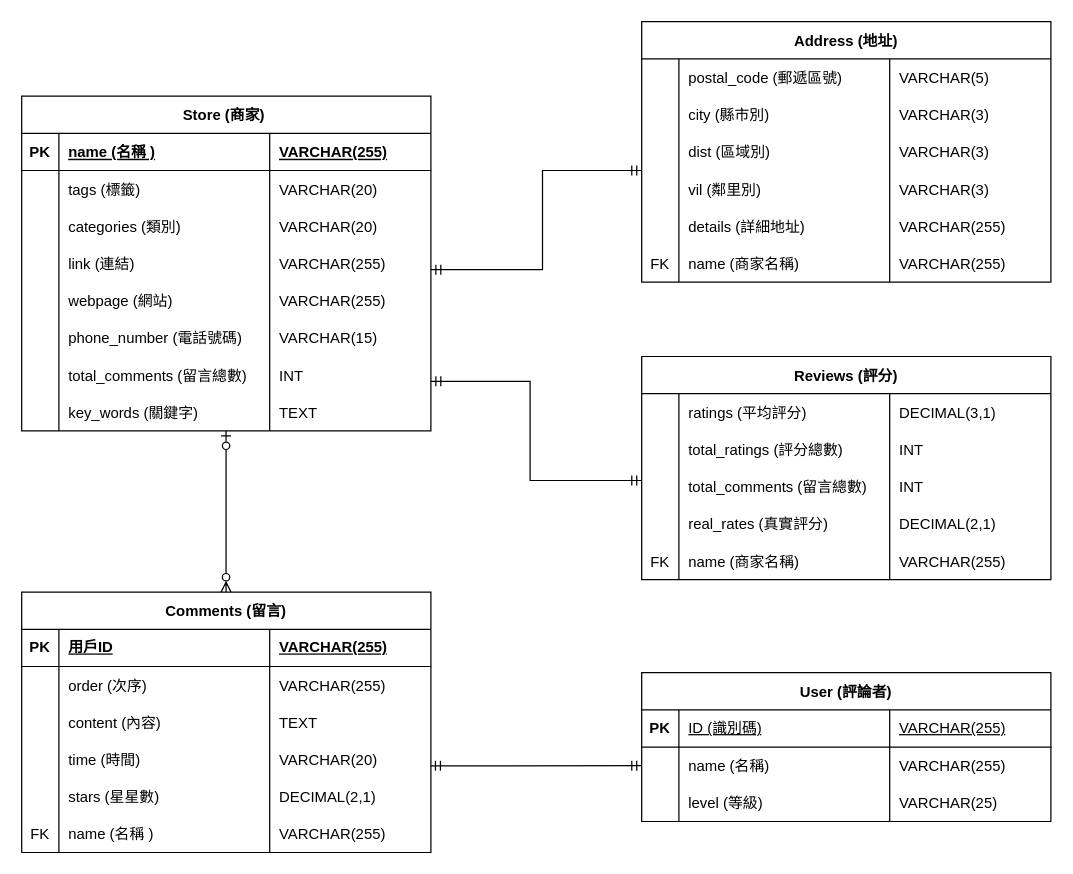
This is page "正式版" (1 of 2) of 專案檔案/地圖結果資料庫/初步實體關係圖.drawio from Cuddles-Yu/ntub-coding, a draw.io file, before an edit. Source tidied: cells renumbered, new cells numbered last; positions are measured from the earlier drawing's top-left corner, leaving out a move shared by most shapes. Both pictures are drawn from the tidied source at 124%, with x=0, y=0 at pixel (21, 21).
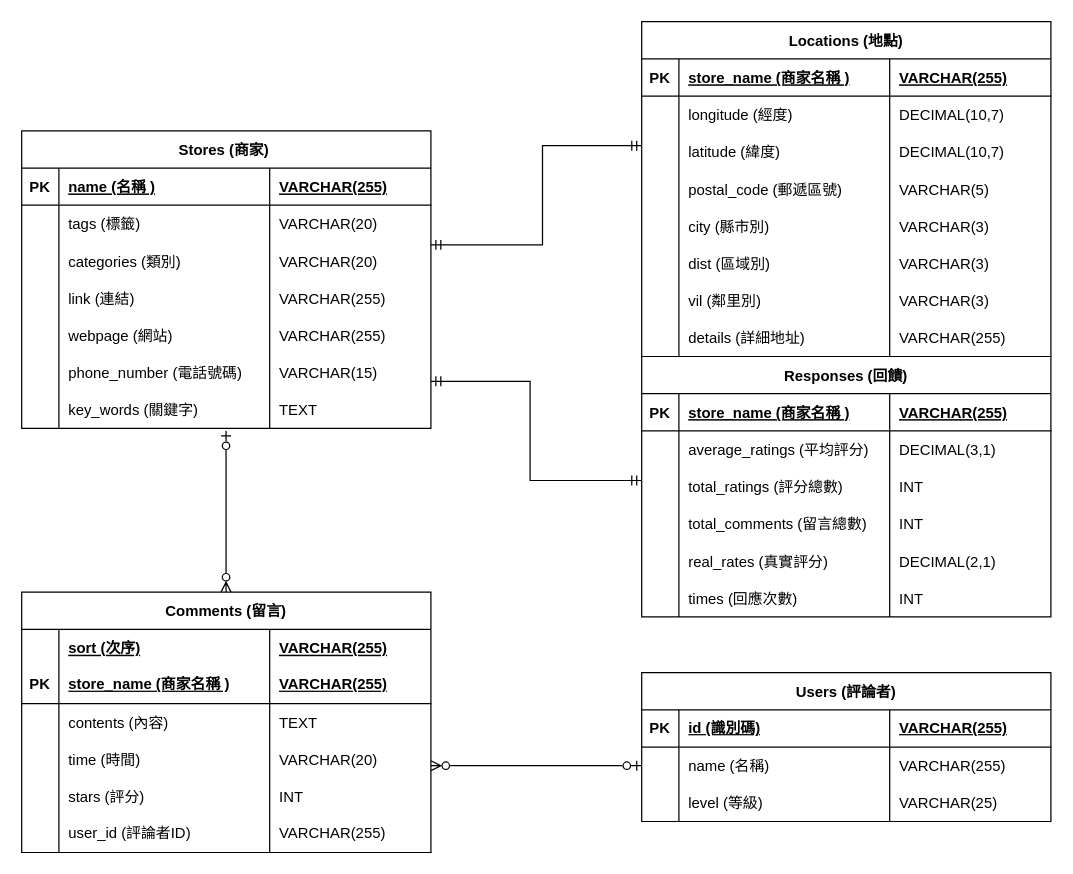
The same page after the edit.

Commit message (it also covers changes not shown here):
[地圖結果資料庫]進度 - 修改實體關係表與創建完整資料庫

The change refers to these unchanged cells:
```xml
<mxCell id="27" value="Comments (留言)" style="shape=table;startSize=30;childLayout=tableLayout;rowLines=0;fontStyle=1;align=center;labelBorderColor=none;" parent="1" vertex="1">
  <mxGeometry y="460" width="330" height="210" as="geometry" />
</mxCell>
<mxCell id="36" style="shape=partialRectangle;fillColor=none;top=0;left=0;right=0;bottom=0;" parent="27" vertex="1">
  <mxGeometry y="90" width="330" height="30" as="geometry" />
</mxCell>
<mxCell id="40" style="shape=partialRectangle;fillColor=none;points=[[0,0.5],[1,0.5]];portConstraint=eastwest;top=0;left=0;right=0;bottom=0;" parent="27" vertex="1">
  <mxGeometry y="120" width="330" height="30" as="geometry" />
</mxCell>
<mxCell id="44" style="shape=partialRectangle;fillColor=none;top=0;left=0;right=0;bottom=0;" parent="27" vertex="1">
  <mxGeometry y="150" width="330" height="30" as="geometry" />
</mxCell>
<mxCell id="66" style="shape=partialRectangle;fillColor=none;points=[[0,0.5],[1,0.5]];portConstraint=eastwest;top=0;left=0;right=0;bottom=0;" parent="53" vertex="1">
  <mxGeometry y="120" width="330" height="30" as="geometry" />
</mxCell>
<mxCell id="91" style="shape=partialRectangle;fillColor=none;points=[[0,0.5],[1,0.5]];portConstraint=eastwest;top=0;left=0;right=0;bottom=0;" parent="86" vertex="1">
  <mxGeometry y="60" width="330" height="30" as="geometry" />
</mxCell>
```

What changed in the source:
```diff
@@
-    <mxCell id="2" value="Address (地址)" style="shape=table;startSize=30;childLayout=tableLayout;rowLines=0;fontStyle=1;align=center;" parent="1" vertex="1">
-      <mxGeometry x="500" width="330" height="210" as="geometry" />
+    <mxCell id="2" value="Locations (地點)" style="shape=table;startSize=30;childLayout=tableLayout;rowLines=0;fontStyle=1;align=center;" parent="1" vertex="1">
+      <mxGeometry x="500" width="330" height="270" as="geometry" />
     </mxCell>
+    <mxCell id="124" style="shape=partialRectangle;fillColor=none;top=0;left=0;right=0;bottom=1;" parent="2" vertex="1">
+      <mxGeometry y="30" width="330" height="30" as="geometry" />
+    </mxCell>
+    <mxCell id="125" value="PK" style="shape=partialRectangle;overflow=hidden;fillColor=none;top=0;left=0;bottom=0;right=0;fontStyle=1;" parent="124" vertex="1">
+      <mxGeometry width="30" height="30" as="geometry" />
+    </mxCell>
+    <mxCell id="126" value="store_name (商家名稱 )" style="shape=partialRectangle;overflow=hidden;fillColor=none;top=0;left=0;bottom=0;right=0;align=left;spacingLeft=6;fontStyle=5;" parent="124" vertex="1">
+      <mxGeometry x="30" width="170" height="30" as="geometry" />
+    </mxCell>
+    <mxCell id="127" value="VARCHAR(255)" style="shape=partialRectangle;overflow=hidden;fillColor=none;top=0;left=0;bottom=0;right=0;align=left;spacingLeft=6;fontStyle=5;" parent="124" vertex="1">
+      <mxGeometry x="200" width="130" height="30" as="geometry" />
+    </mxCell>
+    <mxCell id="128" style="shape=partialRectangle;fillColor=none;top=0;left=0;right=0;bottom=0;" parent="2" vertex="1">
+      <mxGeometry y="60" width="330" height="30" as="geometry" />
+    </mxCell>
+    <mxCell id="129" style="shape=partialRectangle;overflow=hidden;fillColor=none;top=0;left=0;bottom=0;right=0;" parent="128" vertex="1">
+      <mxGeometry width="30" height="30" as="geometry" />
+    </mxCell>
+    <mxCell id="130" value="longitude (經度)" style="shape=partialRectangle;overflow=hidden;fillColor=none;top=0;left=0;bottom=0;right=0;align=left;spacingLeft=6;" parent="128" vertex="1">
+      <mxGeometry x="30" width="170" height="30" as="geometry" />
+    </mxCell>
+    <mxCell id="131" value="DECIMAL(10,7)" style="shape=partialRectangle;overflow=hidden;fillColor=none;top=0;left=0;bottom=0;right=0;align=left;spacingLeft=6;" parent="128" vertex="1">
+      <mxGeometry x="200" width="130" height="30" as="geometry" />
+    </mxCell>
+    <mxCell id="132" style="shape=partialRectangle;fillColor=none;top=0;left=0;right=0;bottom=0;" parent="2" vertex="1">
+      <mxGeometry y="90" width="330" height="30" as="geometry" />
+    </mxCell>
+    <mxCell id="133" style="shape=partialRectangle;overflow=hidden;fillColor=none;top=0;left=0;bottom=0;right=0;" parent="132" vertex="1">
+      <mxGeometry width="30" height="30" as="geometry" />
+    </mxCell>
+    <mxCell id="134" value="latitude (緯度)" style="shape=partialRectangle;overflow=hidden;fillColor=none;top=0;left=0;bottom=0;right=0;align=left;spacingLeft=6;" parent="132" vertex="1">
+      <mxGeometry x="30" width="170" height="30" as="geometry" />
+    </mxCell>
+    <mxCell id="135" value="DECIMAL(10,7)" style="shape=partialRectangle;overflow=hidden;fillColor=none;top=0;left=0;bottom=0;right=0;align=left;spacingLeft=6;" parent="132" vertex="1">
+      <mxGeometry x="200" width="130" height="30" as="geometry" />
+    </mxCell>
     <mxCell id="3" style="shape=partialRectangle;fillColor=none;top=0;left=0;right=0;bottom=0;" parent="2" vertex="1">
-      <mxGeometry y="30" width="330" height="30" as="geometry" />
+      <mxGeometry y="120" width="330" height="30" as="geometry" />
     </mxCell>
@@
     <mxCell id="7" style="shape=partialRectangle;fillColor=none;top=0;left=0;right=0;bottom=0;" parent="2" vertex="1">
-      <mxGeometry y="60" width="330" height="30" as="geometry" />
+      <mxGeometry y="150" width="330" height="30" as="geometry" />
     </mxCell>
@@
     <mxCell id="11" style="shape=partialRectangle;fillColor=none;top=0;left=0;right=0;bottom=0;" parent="2" vertex="1">
-      <mxGeometry y="90" width="330" height="30" as="geometry" />
+      <mxGeometry y="180" width="330" height="30" as="geometry" />
     </mxCell>
@@
     <mxCell id="15" style="shape=partialRectangle;fillColor=none;points=[[0,0.5],[1,0.5]];portConstraint=eastwest;top=0;left=0;right=0;bottom=0;" parent="2" vertex="1">
-      <mxGeometry y="120" width="330" height="30" as="geometry" />
+      <mxGeometry y="210" width="330" height="30" as="geometry" />
     </mxCell>
@@
     <mxCell id="19" style="shape=partialRectangle;fillColor=none;top=0;left=0;right=0;bottom=0;" parent="2" vertex="1">
-      <mxGeometry y="150" width="330" height="30" as="geometry" />
+      <mxGeometry y="240" width="330" height="30" as="geometry" />
     </mxCell>
@@
-    <mxCell id="23" style="shape=partialRectangle;fillColor=none;top=0;left=0;right=0;bottom=0;" parent="2" vertex="1">
-      <mxGeometry y="180" width="330" height="30" as="geometry" />
-    </mxCell>
-    <mxCell id="24" value="FK" style="shape=partialRectangle;overflow=hidden;fillColor=none;top=0;left=0;bottom=0;right=0;" parent="23" vertex="1">
-      <mxGeometry width="30" height="30" as="geometry" />
-    </mxCell>
-    <mxCell id="25" value="name (商家名稱)" style="shape=partialRectangle;overflow=hidden;fillColor=none;top=0;left=0;bottom=0;right=0;align=left;spacingLeft=6;" parent="23" vertex="1">
-      <mxGeometry x="30" width="170" height="30" as="geometry" />
-    </mxCell>
-    <mxCell id="26" value="VARCHAR(255)" style="shape=partialRectangle;overflow=hidden;fillColor=none;top=0;left=0;bottom=0;right=0;align=left;spacingLeft=6;" parent="23" vertex="1">
-      <mxGeometry x="200" width="130" height="30" as="geometry" />
-    </mxCell>
@@
+    <mxCell id="32" style="shape=partialRectangle;fillColor=none;top=0;left=0;right=0;bottom=0;" parent="27" vertex="1">
+      <mxGeometry y="30" width="330" height="30" as="geometry" />
+    </mxCell>
+    <mxCell id="33" style="shape=partialRectangle;overflow=hidden;fillColor=none;top=0;left=0;bottom=0;right=0;" parent="32" vertex="1">
+      <mxGeometry width="30" height="30" as="geometry" />
+    </mxCell>
+    <mxCell id="34" value="sort (次序)" style="shape=partialRectangle;overflow=hidden;fillColor=none;top=0;left=0;bottom=0;right=0;align=left;spacingLeft=6;fontStyle=5;" parent="32" vertex="1">
+      <mxGeometry x="30" width="170" height="30" as="geometry" />
+    </mxCell>
+    <mxCell id="35" value="VARCHAR(255)" style="shape=partialRectangle;overflow=hidden;fillColor=none;top=0;left=0;bottom=0;right=0;align=left;spacingLeft=6;fontStyle=5;" parent="32" vertex="1">
+      <mxGeometry x="200" width="130" height="30" as="geometry" />
+    </mxCell>
     <mxCell id="28" style="shape=tableRow;horizontal=0;startSize=0;swimlaneHead=0;swimlaneBody=0;fillColor=none;top=0;left=0;right=0;bottom=1;" parent="27" vertex="1">
-      <mxGeometry y="30" width="330" height="30" as="geometry" />
+      <mxGeometry y="60" width="330" height="30" as="geometry" />
     </mxCell>
@@
-    <mxCell id="30" value="&lt;span style=&quot;text-wrap: nowrap;&quot;&gt;用戶ID&lt;/span&gt;" style="shape=partialRectangle;fillColor=none;top=0;left=0;bottom=0;right=0;align=left;spacingLeft=6;fontStyle=5;overflow=hidden;whiteSpace=wrap;html=1;" parent="28" vertex="1">
+    <mxCell id="30" value="&lt;span style=&quot;text-wrap: nowrap;&quot;&gt;store_name (商家名稱&amp;nbsp;)&lt;/span&gt;" style="shape=partialRectangle;fillColor=none;top=0;left=0;bottom=0;right=0;align=left;spacingLeft=6;fontStyle=5;overflow=hidden;whiteSpace=wrap;html=1;" parent="28" vertex="1">
       <mxGeometry x="30" width="170" height="30" as="geometry" />
     </mxCell>
@@
-    <mxCell id="32" style="shape=partialRectangle;fillColor=none;top=0;left=0;right=0;bottom=0;" parent="27" vertex="1">
-      <mxGeometry y="60" width="330" height="30" as="geometry" />
-    </mxCell>
-    <mxCell id="33" style="shape=partialRectangle;overflow=hidden;fillColor=none;top=0;left=0;bottom=0;right=0;" parent="32" vertex="1">
-      <mxGeometry width="30" height="30" as="geometry" />
-    </mxCell>
-    <mxCell id="34" value="order (次序)" style="shape=partialRectangle;overflow=hidden;fillColor=none;top=0;left=0;bottom=0;right=0;align=left;spacingLeft=6;" parent="32" vertex="1">
-      <mxGeometry x="30" width="170" height="30" as="geometry" />
-    </mxCell>
-    <mxCell id="35" value="VARCHAR(255)" style="shape=partialRectangle;overflow=hidden;fillColor=none;top=0;left=0;bottom=0;right=0;align=left;spacingLeft=6;" parent="32" vertex="1">
-      <mxGeometry x="200" width="130" height="30" as="geometry" />
-    </mxCell>
@@
-    <mxCell id="38" value="content (內容)" style="shape=partialRectangle;overflow=hidden;fillColor=none;top=0;left=0;bottom=0;right=0;align=left;spacingLeft=6;" parent="36" vertex="1">
+    <mxCell id="38" value="contents (內容)" style="shape=partialRectangle;overflow=hidden;fillColor=none;top=0;left=0;bottom=0;right=0;align=left;spacingLeft=6;" parent="36" vertex="1">
       <mxGeometry x="30" width="170" height="30" as="geometry" />
     </mxCell>
@@
-    <mxCell id="46" value="stars (星星數)" style="shape=partialRectangle;overflow=hidden;fillColor=none;top=0;left=0;bottom=0;right=0;align=left;spacingLeft=6;" parent="44" vertex="1">
+    <mxCell id="46" value="stars (評分)" style="shape=partialRectangle;overflow=hidden;fillColor=none;top=0;left=0;bottom=0;right=0;align=left;spacingLeft=6;" parent="44" vertex="1">
       <mxGeometry x="30" width="170" height="30" as="geometry" />
     </mxCell>
-    <mxCell id="47" value="DECIMAL(2,1)" style="shape=partialRectangle;overflow=hidden;fillColor=none;top=0;left=0;bottom=0;right=0;align=left;spacingLeft=6;" parent="44" vertex="1">
+    <mxCell id="47" value="INT" style="shape=partialRectangle;overflow=hidden;fillColor=none;top=0;left=0;bottom=0;right=0;align=left;spacingLeft=6;" parent="44" vertex="1">
       <mxGeometry x="200" width="130" height="30" as="geometry" />
     </mxCell>
-    <mxCell id="48" style="shape=partialRectangle;fillColor=none;top=0;left=0;right=0;bottom=0;" parent="27" vertex="1">
-      <mxGeometry y="180" width="330" height="30" as="geometry" />
-    </mxCell>
-    <mxCell id="49" value="FK" style="shape=partialRectangle;overflow=hidden;fillColor=none;top=0;left=0;bottom=0;right=0;" parent="48" vertex="1">
-      <mxGeometry width="30" height="30" as="geometry" />
-    </mxCell>
-    <mxCell id="50" value="name (名稱 )" style="shape=partialRectangle;overflow=hidden;fillColor=none;top=0;left=0;bottom=0;right=0;align=left;spacingLeft=6;fontStyle=0;" parent="48" vertex="1">
-      <mxGeometry x="30" width="170" height="30" as="geometry" />
-    </mxCell>
-    <mxCell id="51" value="VARCHAR(255)" style="shape=partialRectangle;overflow=hidden;fillColor=none;top=0;left=0;bottom=0;right=0;align=left;spacingLeft=6;fontStyle=0;" parent="48" vertex="1">
-      <mxGeometry x="200" width="130" height="30" as="geometry" />
-    </mxCell>
+    <mxCell id="136" style="shape=tableRow;horizontal=0;startSize=0;swimlaneHead=0;swimlaneBody=0;fillColor=none;top=0;left=0;right=0;bottom=1;" parent="27" vertex="1">
+      <mxGeometry y="180" width="330" height="30" as="geometry" />
+    </mxCell>
+    <mxCell id="137" style="shape=partialRectangle;fillColor=none;top=0;left=0;bottom=0;right=0;fontStyle=1;overflow=hidden;whiteSpace=wrap;html=1;" parent="136" vertex="1">
+      <mxGeometry width="30" height="30" as="geometry" />
+    </mxCell>
+    <mxCell id="138" value="&lt;span style=&quot;text-wrap: nowrap;&quot;&gt;user_id (評論者ID&lt;/span&gt;&lt;span style=&quot;text-wrap: nowrap;&quot;&gt;)&lt;/span&gt;" style="shape=partialRectangle;fillColor=none;top=0;left=0;bottom=0;right=0;align=left;spacingLeft=6;fontStyle=0;overflow=hidden;whiteSpace=wrap;html=1;" parent="136" vertex="1">
+      <mxGeometry x="30" width="170" height="30" as="geometry" />
+    </mxCell>
+    <mxCell id="139" value="&lt;span style=&quot;text-wrap: nowrap;&quot;&gt;VARCHAR(255)&lt;/span&gt;" style="shape=partialRectangle;fillColor=none;top=0;left=0;bottom=0;right=0;align=left;spacingLeft=6;fontStyle=0;overflow=hidden;whiteSpace=wrap;html=1;" parent="136" vertex="1">
+      <mxGeometry x="200" width="130" height="30" as="geometry" />
+    </mxCell>
@@
-    <mxCell id="53" value="Store (商家) " style="shape=table;startSize=30;childLayout=tableLayout;rowLines=0;fontStyle=1;align=center;" parent="1" vertex="1">
-      <mxGeometry y="60" width="330" height="270" as="geometry" />
+    <mxCell id="53" value="Stores (商家) " style="shape=table;startSize=30;childLayout=tableLayout;rowLines=0;fontStyle=1;align=center;" parent="1" vertex="1">
+      <mxGeometry y="88" width="330" height="240" as="geometry" />
     </mxCell>
@@
-    <mxCell id="78" style="shape=partialRectangle;fillColor=none;top=0;left=0;right=0;bottom=0;" parent="53" vertex="1">
-      <mxGeometry y="210" width="330" height="30" as="geometry" />
-    </mxCell>
-    <mxCell id="79" style="shape=partialRectangle;overflow=hidden;fillColor=none;top=0;left=0;bottom=0;right=0;" parent="78" vertex="1">
-      <mxGeometry width="30" height="30" as="geometry" />
-    </mxCell>
-    <mxCell id="80" value="total_comments (留言總數) " style="shape=partialRectangle;overflow=hidden;fillColor=none;top=0;left=0;bottom=0;right=0;align=left;spacingLeft=6;" parent="78" vertex="1">
-      <mxGeometry x="30" width="170" height="30" as="geometry" />
-    </mxCell>
-    <mxCell id="81" value="INT" style="shape=partialRectangle;overflow=hidden;fillColor=none;top=0;left=0;bottom=0;right=0;align=left;spacingLeft=6;" parent="78" vertex="1">
-      <mxGeometry x="200" width="130" height="30" as="geometry" />
-    </mxCell>
     <mxCell id="82" style="shape=partialRectangle;fillColor=none;top=0;left=0;right=0;bottom=0;" parent="53" vertex="1">
-      <mxGeometry y="240" width="330" height="30" as="geometry" />
+      <mxGeometry y="210" width="330" height="30" as="geometry" />
     </mxCell>
@@
-    <mxCell id="86" value="User (評論者)" style="shape=table;startSize=30;childLayout=tableLayout;rowLines=0;fontStyle=1;align=center;" parent="1" vertex="1">
+    <mxCell id="86" value="Users (評論者)" style="shape=table;startSize=30;childLayout=tableLayout;rowLines=0;fontStyle=1;align=center;" parent="1" vertex="1">
       <mxGeometry x="500" y="525" width="330" height="120" as="geometry" />
     </mxCell>
-    <mxCell id="87" style="shape=tableRow;horizontal=0;startSize=0;swimlaneHead=0;swimlaneBody=0;fillColor=none;top=0;left=0;right=0;bottom=1;" parent="86" vertex="1">
+    <mxCell id="87" style="shape=tableRow;horizontal=0;startSize=0;swimlaneHead=0;swimlaneBody=0;fillColor=none;top=0;left=0;right=0;bottom=1;fontStyle=1;" parent="86" vertex="1">
       <mxGeometry y="30" width="330" height="30" as="geometry" />
     </mxCell>
@@
-    <mxCell id="89" value="&lt;span style=&quot;font-weight: 400; text-wrap: nowrap;&quot;&gt;ID (識別碼)&lt;/span&gt;" style="shape=partialRectangle;fillColor=none;top=0;left=0;bottom=0;right=0;align=left;spacingLeft=6;fontStyle=5;overflow=hidden;whiteSpace=wrap;html=1;" parent="87" vertex="1">
+    <mxCell id="89" value="&lt;span style=&quot;text-wrap: nowrap;&quot;&gt;id (識別碼)&lt;/span&gt;" style="shape=partialRectangle;fillColor=none;top=0;left=0;bottom=0;right=0;align=left;spacingLeft=6;fontStyle=5;overflow=hidden;whiteSpace=wrap;html=1;" parent="87" vertex="1">
       <mxGeometry x="30" width="170" height="30" as="geometry" />
     </mxCell>
-    <mxCell id="90" value="&lt;span style=&quot;font-weight: 400; text-wrap: nowrap;&quot;&gt;VARCHAR(255)&lt;/span&gt;" style="shape=partialRectangle;fillColor=none;top=0;left=0;bottom=0;right=0;align=left;spacingLeft=6;fontStyle=5;overflow=hidden;whiteSpace=wrap;html=1;" parent="87" vertex="1">
+    <mxCell id="90" value="&lt;span style=&quot;text-wrap: nowrap;&quot;&gt;VARCHAR(255)&lt;/span&gt;" style="shape=partialRectangle;fillColor=none;top=0;left=0;bottom=0;right=0;align=left;spacingLeft=6;fontStyle=5;overflow=hidden;whiteSpace=wrap;html=1;" parent="87" vertex="1">
       <mxGeometry x="200" width="130" height="30" as="geometry" />
     </mxCell>
@@
-    <mxCell id="99" value="Reviews (評分)" style="shape=table;startSize=30;childLayout=tableLayout;rowLines=0;fontStyle=1;align=center;" parent="1" vertex="1">
-      <mxGeometry x="500" y="270" width="330" height="180" as="geometry" />
+    <mxCell id="99" value="Responses (回饋)" style="shape=table;startSize=30;childLayout=tableLayout;rowLines=0;fontStyle=1;align=center;" parent="1" vertex="1">
+      <mxGeometry x="500" y="270" width="330" height="210" as="geometry" />
     </mxCell>
+    <mxCell id="140" style="shape=partialRectangle;fillColor=none;top=0;left=0;right=0;bottom=1;" parent="99" vertex="1">
+      <mxGeometry y="30" width="330" height="30" as="geometry" />
+    </mxCell>
+    <mxCell id="141" value="PK" style="shape=partialRectangle;overflow=hidden;fillColor=none;top=0;left=0;bottom=0;right=0;fontStyle=1;" parent="140" vertex="1">
+      <mxGeometry width="30" height="30" as="geometry" />
+    </mxCell>
+    <mxCell id="142" value="store_name (商家名稱 )" style="shape=partialRectangle;overflow=hidden;fillColor=none;top=0;left=0;bottom=0;right=0;align=left;spacingLeft=6;fontStyle=5;" parent="140" vertex="1">
+      <mxGeometry x="30" width="170" height="30" as="geometry" />
+    </mxCell>
+    <mxCell id="143" value="VARCHAR(255)" style="shape=partialRectangle;overflow=hidden;fillColor=none;top=0;left=0;bottom=0;right=0;align=left;spacingLeft=6;fontStyle=5;" parent="140" vertex="1">
+      <mxGeometry x="200" width="130" height="30" as="geometry" />
+    </mxCell>
     <mxCell id="100" style="shape=partialRectangle;fillColor=none;top=0;left=0;right=0;bottom=0;" parent="99" vertex="1">
-      <mxGeometry y="30" width="330" height="30" as="geometry" />
+      <mxGeometry y="60" width="330" height="30" as="geometry" />
     </mxCell>
@@
-    <mxCell id="102" value="ratings (平均評分)" style="shape=partialRectangle;overflow=hidden;fillColor=none;top=0;left=0;bottom=0;right=0;align=left;spacingLeft=6;" parent="100" vertex="1">
+    <mxCell id="102" value="average_ratings (平均評分)" style="shape=partialRectangle;overflow=hidden;fillColor=none;top=0;left=0;bottom=0;right=0;align=left;spacingLeft=6;" parent="100" vertex="1">
       <mxGeometry x="30" width="170" height="30" as="geometry" />
     </mxCell>
@@
     <mxCell id="104" style="shape=partialRectangle;fillColor=none;top=0;left=0;right=0;bottom=0;" parent="99" vertex="1">
-      <mxGeometry y="60" width="330" height="30" as="geometry" />
+      <mxGeometry y="90" width="330" height="30" as="geometry" />
     </mxCell>
@@
     <mxCell id="108" style="shape=partialRectangle;fillColor=none;top=0;left=0;right=0;bottom=0;" parent="99" vertex="1">
-      <mxGeometry y="90" width="330" height="30" as="geometry" />
+      <mxGeometry y="120" width="330" height="30" as="geometry" />
     </mxCell>
@@
     <mxCell id="112" style="shape=partialRectangle;fillColor=none;top=0;left=0;right=0;bottom=0;" parent="99" vertex="1">
-      <mxGeometry y="120" width="330" height="30" as="geometry" />
+      <mxGeometry y="150" width="330" height="30" as="geometry" />
     </mxCell>
@@
-    <mxCell id="116" style="shape=partialRectangle;fillColor=none;top=0;left=0;right=0;bottom=0;" parent="99" vertex="1">
-      <mxGeometry y="150" width="330" height="30" as="geometry" />
-    </mxCell>
-    <mxCell id="117" value="FK" style="shape=partialRectangle;overflow=hidden;fillColor=none;top=0;left=0;bottom=0;right=0;" parent="116" vertex="1">
-      <mxGeometry width="30" height="30" as="geometry" />
-    </mxCell>
-    <mxCell id="118" value="name (商家名稱)" style="shape=partialRectangle;overflow=hidden;fillColor=none;top=0;left=0;bottom=0;right=0;align=left;spacingLeft=6;fontStyle=0;" parent="116" vertex="1">
-      <mxGeometry x="30" width="170" height="30" as="geometry" />
-    </mxCell>
-    <mxCell id="119" value="VARCHAR(255)" style="shape=partialRectangle;overflow=hidden;fillColor=none;top=0;left=0;bottom=0;right=0;align=left;spacingLeft=6;fontStyle=0;" parent="116" vertex="1">
-      <mxGeometry x="200" width="130" height="30" as="geometry" />
-    </mxCell>
+    <mxCell id="144" style="shape=partialRectangle;fillColor=none;top=0;left=0;right=0;bottom=0;" parent="99" vertex="1">
+      <mxGeometry y="180" width="330" height="30" as="geometry" />
+    </mxCell>
+    <mxCell id="145" style="shape=partialRectangle;overflow=hidden;fillColor=none;top=0;left=0;bottom=0;right=0;" parent="144" vertex="1">
+      <mxGeometry width="30" height="30" as="geometry" />
+    </mxCell>
+    <mxCell id="146" value="times (回應次數) " style="shape=partialRectangle;overflow=hidden;fillColor=none;top=0;left=0;bottom=0;right=0;align=left;spacingLeft=6;" parent="144" vertex="1">
+      <mxGeometry x="30" width="170" height="30" as="geometry" />
+    </mxCell>
+    <mxCell id="81" value="INT" style="shape=partialRectangle;overflow=hidden;fillColor=none;top=0;left=0;bottom=0;right=0;align=left;spacingLeft=6;" parent="144" vertex="1">
+      <mxGeometry x="200" width="130" height="30" as="geometry" />
+    </mxCell>
@@
-    <mxCell id="121" style="rounded=0;jettySize=auto;html=1;exitX=0.999;exitY=0.67;exitDx=0;exitDy=0;endArrow=ERmandOne;endFill=0;exitPerimeter=0;entryX=0;entryY=0.5;entryDx=0;entryDy=0;startArrow=ERmandOne;startFill=0;" parent="1" edge="1" source="40" target="91">
-      <mxGeometry relative="1" as="geometry" />
-    </mxCell>
-    <mxCell id="122" style="edgeStyle=orthogonalEdgeStyle;rounded=0;jettySize=auto;html=1;entryDx=0;entryDy=0;entryPerimeter=0;endArrow=ERmandOne;endFill=0;startArrow=ERmandOne;startFill=0;" parent="1" edge="1" source="66" target="15">
-      <mxGeometry relative="1" as="geometry">
-        <Array as="points">
-          <mxPoint x="420" y="200" />
-          <mxPoint x="420" y="120" />
-        </Array>
-      </mxGeometry>
-    </mxCell>
@@
+    <mxCell id="147" style="edgeStyle=orthogonalEdgeStyle;rounded=0;orthogonalLoop=1;jettySize=auto;html=1;entryDx=0;entryDy=0;entryPerimeter=0;endArrow=ERmandOne;endFill=0;startArrow=ERmandOne;startFill=0;" parent="1" edge="1">
+      <mxGeometry relative="1" as="geometry">
+        <mxPoint x="330" y="180" as="sourcePoint" />
+        <mxPoint x="500" y="100" as="targetPoint" />
+        <Array as="points">
+          <mxPoint x="420" y="180" />
+          <mxPoint x="420" y="100" />
+        </Array>
+      </mxGeometry>
+    </mxCell>
+    <mxCell id="148" style="edgeStyle=orthogonalEdgeStyle;rounded=0;jettySize=auto;html=1;endArrow=ERzeroToMany;endFill=0;startArrow=ERzeroToOne;startFill=0;exitX=0;exitY=0.5;exitDx=0;exitDy=0;" parent="1" edge="1" source="91">
+      <mxGeometry relative="1" as="geometry">
+        <mxPoint x="330" y="600" as="targetPoint" />
+      </mxGeometry>
+    </mxCell>
```
